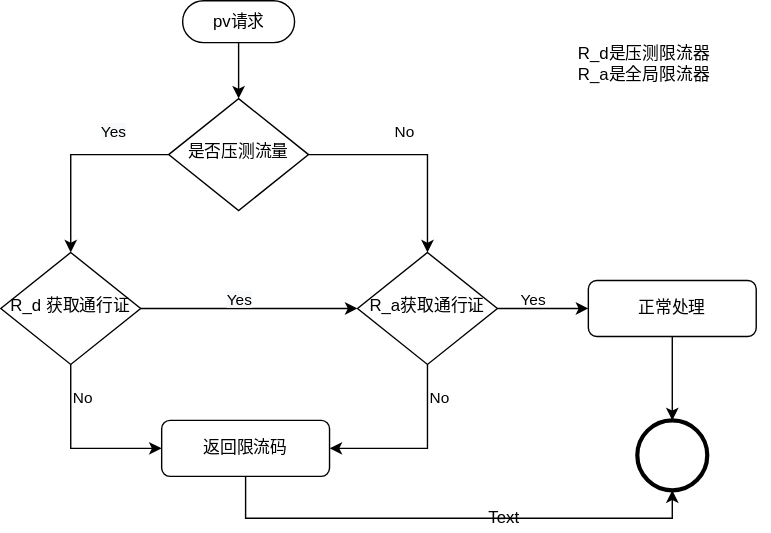
Before: multi_level_rate_limitor.drawio.svg, a diagram exported from draw.io (erdayang/diagrams_xianda). Source tidied: cells renumbered, new cells last; positions are measured from the earlier drawing's top-left corner, leaving out a move shared by most shapes.
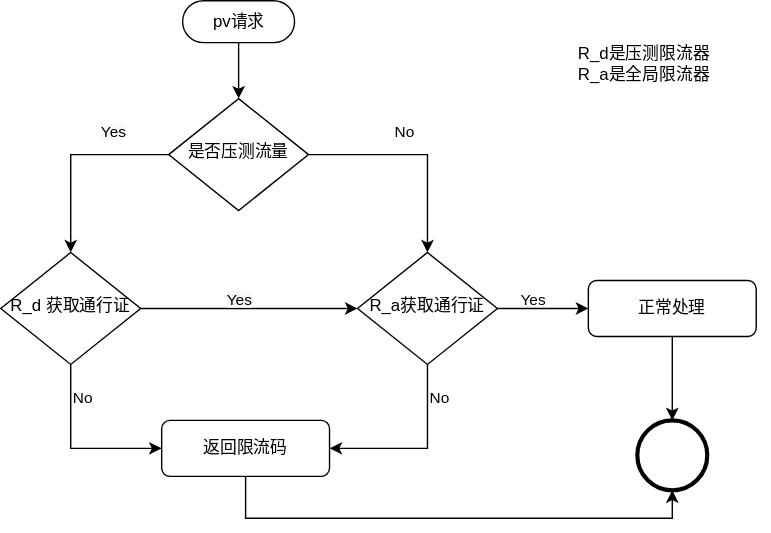
After the change.

Diff of the diagram source:
```diff
@@ -65,9 +65,6 @@
     <mxCell id="22" value="&lt;div style=&quot;text-align: center&quot;&gt;&lt;font face=&quot;helvetica&quot;&gt;&lt;span style=&quot;font-size: 11px&quot;&gt;Yes&lt;/span&gt;&lt;/font&gt;&lt;/div&gt;" style="text;whiteSpace=wrap;html=1;" parent="2" vertex="1">
       <mxGeometry x="370" y="200" width="50" height="30" as="geometry" />
     </mxCell>
-    <mxCell id="23" value="Text" style="text;html=1;strokeColor=none;fillColor=none;align=center;verticalAlign=middle;whiteSpace=wrap;rounded=0;" parent="2" vertex="1">
-      <mxGeometry x="340" y="360" width="40" height="20" as="geometry" />
-    </mxCell>
     <mxCell id="24" value="R_d是压测限流器&lt;br&gt;R_a是全局限流器" style="text;html=1;strokeColor=none;fillColor=none;align=center;verticalAlign=middle;whiteSpace=wrap;rounded=0;" parent="2" vertex="1">
       <mxGeometry x="370" width="180" height="90" as="geometry" />
     </mxCell>
```
